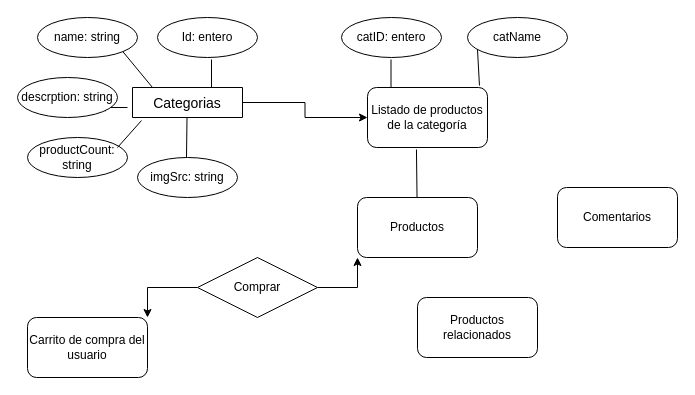
This is Diagrama sin título.drawio from maglisg/e_commerce, a draw.io file, before an edit. Source tidied: cells renumbered, new cells numbered last; positions are measured from the earlier drawing's top-left corner, leaving out a move shared by most shapes. Both pictures are drawn from the tidied source at 100%, with x=0, y=0 at pixel (17, 17).
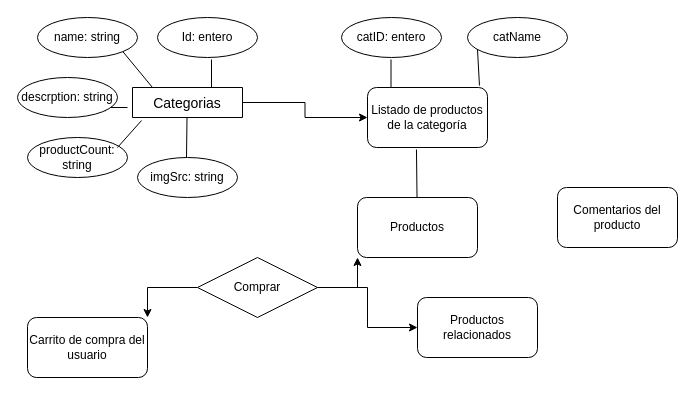
After the change.

Unchanged cells that the change refers to:
```xml
<mxCell id="23" value="Comprar" style="shape=rhombus;perimeter=rhombusPerimeter;whiteSpace=wrap;html=1;align=center;" parent="1" vertex="1">
  <mxGeometry x="180" y="240" width="120" height="60" as="geometry" />
</mxCell>
<mxCell id="24" value="Productos relacionados" style="rounded=1;whiteSpace=wrap;html=1;" parent="1" vertex="1">
  <mxGeometry x="400" y="280" width="120" height="60" as="geometry" />
</mxCell>
```

The edit, as a diff of the source:
```diff
@@
-    <mxCell id="13" value="Comentarios" style="rounded=1;whiteSpace=wrap;html=1;" parent="1" vertex="1">
+    <mxCell id="13" value="Comentarios del producto" style="rounded=1;whiteSpace=wrap;html=1;" parent="1" vertex="1">
       <mxGeometry x="540" y="170" width="120" height="60" as="geometry" />
     </mxCell>
@@
+    <mxCell id="27" style="edgeStyle=orthogonalEdgeStyle;rounded=0;jettySize=auto;html=1;exitX=1;exitY=0.5;exitDx=0;exitDy=0;" parent="1" edge="1" source="23" target="24">
+      <mxGeometry relative="1" as="geometry" />
+    </mxCell>
```
